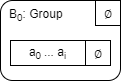
Before: docs/assets/prog_tree1.dio.png, a diagram exported from draw.io (GuildOfWeavers/distaff). Source tidied: cells renumbered, new cells last; positions are measured from the earlier drawing's top-left corner, leaving out a move shared by most shapes. Its diagram source:
```xml
<mxGraphModel>
  <root>
    <mxCell id="0" />
    <mxCell id="1" parent="0" />
    <mxCell id="2" value="B&lt;sub&gt;0&lt;/sub&gt;: Group" style="rounded=1;whiteSpace=wrap;html=1;align=left;verticalAlign=top;spacingTop=0;spacingLeft=7;" parent="1" vertex="1">
      <mxGeometry width="120" height="80" as="geometry" />
    </mxCell>
    <mxCell id="3" value="&lt;span class=&quot;ILfuVd&quot;&gt;&lt;span class=&quot;e24Kjd&quot;&gt;&lt;span&gt;∅&lt;/span&gt;&lt;/span&gt;&lt;/span&gt;" style="rounded=0;whiteSpace=wrap;html=1;fontFamily=Helvetica;fontStyle=0;" parent="1" vertex="1">
      <mxGeometry x="95" width="25" height="25" as="geometry" />
    </mxCell>
    <mxCell id="4" value="a&lt;sub&gt;0&amp;nbsp;&lt;/sub&gt;... a&lt;sub&gt;i&lt;/sub&gt;" style="rounded=0;whiteSpace=wrap;html=1;fontStyle=0;" parent="1" vertex="1">
      <mxGeometry x="10" y="40" width="75" height="25" as="geometry" />
    </mxCell>
    <mxCell id="5" value="&lt;span class=&quot;ILfuVd&quot;&gt;&lt;span class=&quot;e24Kjd&quot;&gt;&lt;span&gt;∅&lt;/span&gt;&lt;/span&gt;&lt;/span&gt;" style="rounded=0;whiteSpace=wrap;html=1;fontFamily=Helvetica;fontStyle=0;" parent="1" vertex="1">
      <mxGeometry x="85" y="40" width="25" height="25" as="geometry" />
    </mxCell>
  </root>
</mxGraphModel>
```
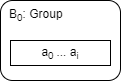
After the change.

Change to the diagram source:
```diff
@@ -5,14 +5,8 @@
     <mxCell id="2" value="B&lt;sub&gt;0&lt;/sub&gt;: Group" style="rounded=1;whiteSpace=wrap;html=1;align=left;verticalAlign=top;spacingTop=0;spacingLeft=7;" parent="1" vertex="1">
       <mxGeometry width="120" height="80" as="geometry" />
     </mxCell>
-    <mxCell id="3" value="&lt;span class=&quot;ILfuVd&quot;&gt;&lt;span class=&quot;e24Kjd&quot;&gt;&lt;span&gt;∅&lt;/span&gt;&lt;/span&gt;&lt;/span&gt;" style="rounded=0;whiteSpace=wrap;html=1;fontFamily=Helvetica;fontStyle=0;" parent="1" vertex="1">
-      <mxGeometry x="95" width="25" height="25" as="geometry" />
-    </mxCell>
     <mxCell id="4" value="a&lt;sub&gt;0&amp;nbsp;&lt;/sub&gt;... a&lt;sub&gt;i&lt;/sub&gt;" style="rounded=0;whiteSpace=wrap;html=1;fontStyle=0;" parent="1" vertex="1">
-      <mxGeometry x="10" y="40" width="75" height="25" as="geometry" />
+      <mxGeometry x="10" y="40" width="100" height="25" as="geometry" />
     </mxCell>
-    <mxCell id="5" value="&lt;span class=&quot;ILfuVd&quot;&gt;&lt;span class=&quot;e24Kjd&quot;&gt;&lt;span&gt;∅&lt;/span&gt;&lt;/span&gt;&lt;/span&gt;" style="rounded=0;whiteSpace=wrap;html=1;fontFamily=Helvetica;fontStyle=0;" parent="1" vertex="1">
-      <mxGeometry x="85" y="40" width="25" height="25" as="geometry" />
-    </mxCell>
   </root>
 </mxGraphModel>
```
